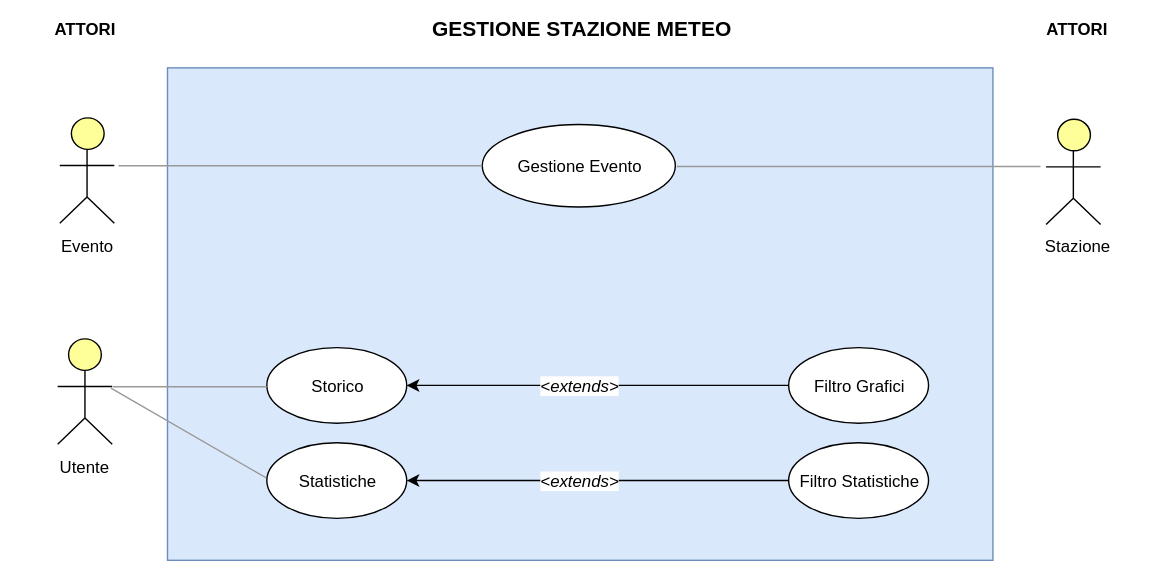
The draw.io diagram resources/ScenaryCase.svg in Leaaaf/weatherment.io, before a commit. Source tidied: cells renumbered, new cells last; positions are measured from the earlier drawing's top-left corner, leaving out a move shared by most shapes.
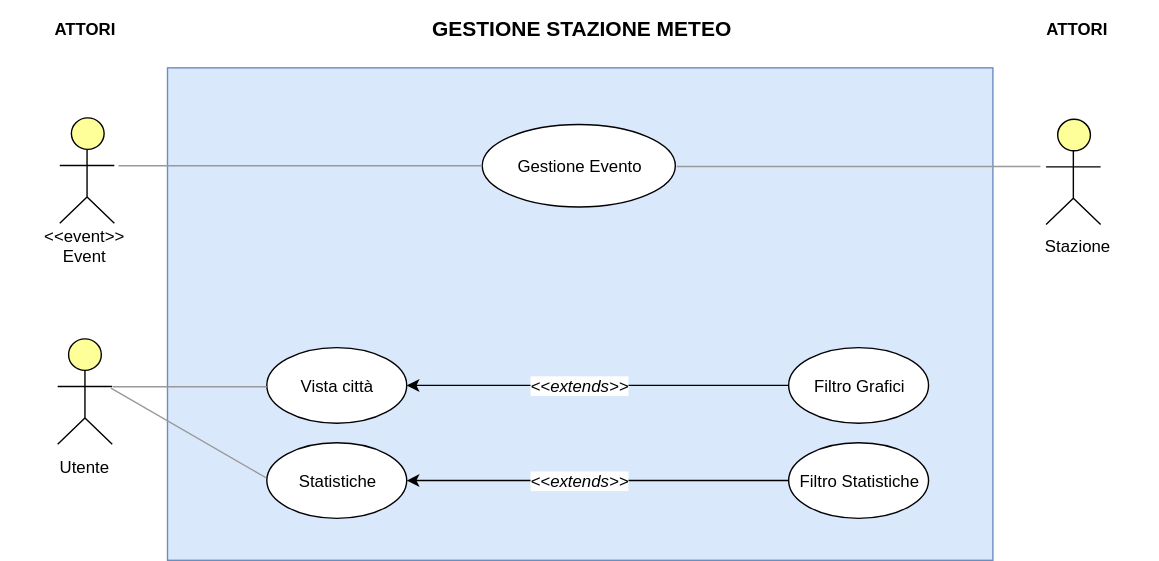
After the commit.

What changed in the source:
```diff
@@ -11,8 +11,8 @@
     <mxCell id="4" style="html=1;whiteSpace=wrap;fillColor=#ffff99;strokeColor=#000000;verticalLabelPosition=bottom;verticalAlign=top;align=center;shape=mxgraph.archimate3.actor;" parent="1" vertex="1">
       <mxGeometry x="42" y="84" width="39" height="75" as="geometry" />
     </mxCell>
-    <mxCell id="5" value="Evento&lt;br&gt;" style="text;html=1;strokeColor=none;fillColor=none;align=center;verticalAlign=middle;whiteSpace=wrap;rounded=0;" parent="1" vertex="1">
-      <mxGeometry x="41" y="165" width="40" height="20" as="geometry" />
+    <mxCell id="5" value="&amp;lt;&amp;lt;event&amp;gt;&amp;gt;&lt;br&gt;Event&lt;br&gt;" style="text;html=1;strokeColor=none;fillColor=none;align=center;verticalAlign=middle;whiteSpace=wrap;rounded=0;" parent="1" vertex="1">
+      <mxGeometry x="39" y="165" width="40" height="20" as="geometry" />
     </mxCell>
     <mxCell id="6" style="html=1;whiteSpace=wrap;fillColor=#ffff99;strokeColor=#000000;verticalLabelPosition=bottom;verticalAlign=top;align=center;shape=mxgraph.archimate3.actor;" parent="1" vertex="1">
       <mxGeometry x="747" y="85" width="39" height="75" as="geometry" />
@@ -44,7 +44,7 @@
     <mxCell id="15" style="edgeStyle=orthogonalEdgeStyle;rounded=0;jettySize=auto;html=1;" parent="1" edge="1" source="17" target="18">
       <mxGeometry relative="1" as="geometry" />
     </mxCell>
-    <mxCell id="16" value="&lt;i&gt;&amp;lt;extends&amp;gt;&lt;/i&gt;" style="text;html=1;align=center;verticalAlign=middle;labelBackgroundColor=#ffffff;" parent="15" vertex="1">
+    <mxCell id="16" value="&lt;i&gt;&amp;lt;&amp;lt;extends&amp;gt;&amp;gt;&lt;/i&gt;" style="text;html=1;align=center;verticalAlign=middle;labelBackgroundColor=#ffffff;" parent="15" vertex="1">
       <mxGeometry x="0.15" y="2" relative="1" as="geometry">
         <mxPoint x="7" y="-3" as="offset" />
       </mxGeometry>
@@ -52,7 +52,7 @@
     <mxCell id="17" value="Filtro Grafici" style="ellipse;whiteSpace=wrap;html=1;gradientColor=none;" parent="1" vertex="1">
       <mxGeometry x="563" y="248" width="100" height="54" as="geometry" />
     </mxCell>
-    <mxCell id="18" value="Storico" style="ellipse;whiteSpace=wrap;html=1;gradientColor=none;" parent="1" vertex="1">
+    <mxCell id="18" value="Vista città" style="ellipse;whiteSpace=wrap;html=1;gradientColor=none;" parent="1" vertex="1">
       <mxGeometry x="190" y="248" width="100" height="54" as="geometry" />
     </mxCell>
     <mxCell id="19" style="verticalLabelPosition=bottom;shadow=0;dashed=0;align=center;html=1;verticalAlign=top;strokeWidth=1;shape=mxgraph.mockup.markup.line;strokeColor=#999999;gradientColor=none;" parent="1" vertex="1">
@@ -73,7 +73,7 @@
         <mxPoint x="290" y="343" as="targetPoint" />
       </mxGeometry>
     </mxCell>
-    <mxCell id="24" value="&lt;i&gt;&amp;lt;extends&amp;gt;&lt;/i&gt;" style="text;html=1;align=center;verticalAlign=middle;labelBackgroundColor=#ffffff;" parent="23" vertex="1">
+    <mxCell id="24" value="&lt;i&gt;&amp;lt;&amp;lt;extends&amp;gt;&amp;gt;&lt;/i&gt;" style="text;html=1;align=center;verticalAlign=middle;labelBackgroundColor=#ffffff;" parent="23" vertex="1">
       <mxGeometry x="0.15" y="2" relative="1" as="geometry">
         <mxPoint x="7" y="-3" as="offset" />
       </mxGeometry>
```
